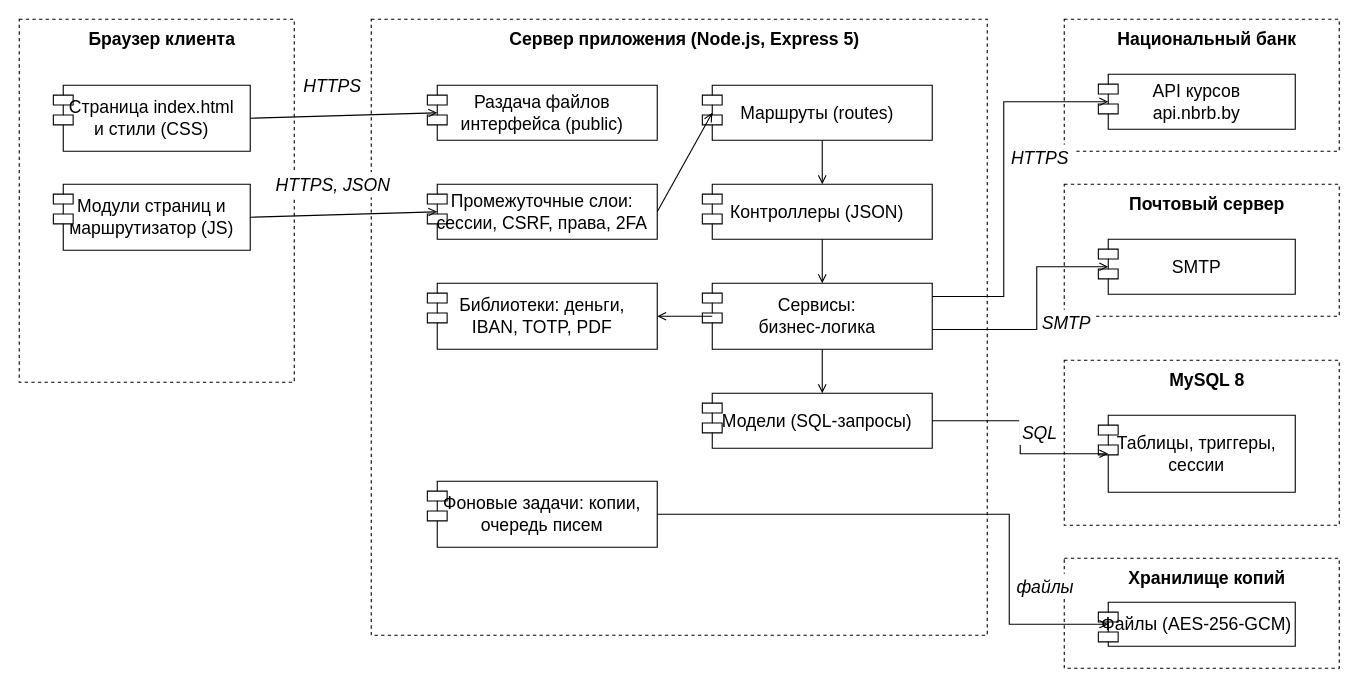
This is page "Диаграмма компонентов" (5 of 6) of docs/diagrams/views.drawio from vladmeshkov/js-course-work, a draw.io file, before an edit. Source tidied: cells renumbered, new cells numbered last; positions are measured from the earlier drawing's top-left corner, leaving out a move shared by most shapes. Both pictures are drawn from the tidied source at 110%, with x=0, y=0 at pixel (19, 19).
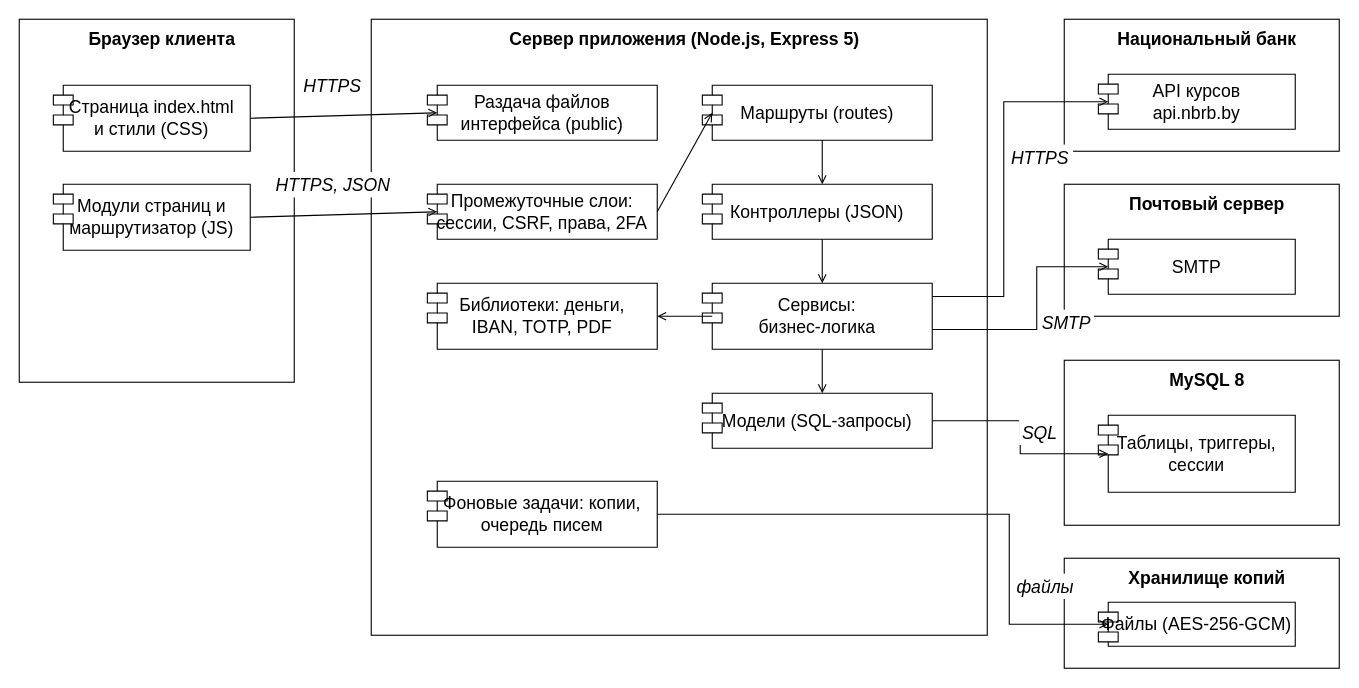
The same page after the edit.

Diff of the diagram source:
```diff
@@
-    <mxCell id="2" value="&lt;b&gt;Браузер клиента&lt;/b&gt;" style="html=1;whiteSpace=wrap;fontFamily=Arial;fontSize=16;rounded=0;fillColor=none;strokeColor=#000;dashed=1;verticalAlign=top;align=center;spacingLeft=10;spacingTop=2;" parent="1" vertex="1">
+    <mxCell id="2" value="&lt;b&gt;Браузер клиента&lt;/b&gt;" style="html=1;whiteSpace=wrap;fontFamily=Arial;fontSize=16;rounded=0;fillColor=none;strokeColor=#000;verticalAlign=top;align=center;spacingLeft=10;spacingTop=2;" parent="1" vertex="1">
       <mxGeometry width="250" height="330" as="geometry" />
     </mxCell>
-    <mxCell id="3" value="&lt;b&gt;Сервер приложения (Node.js, Express 5)&lt;/b&gt;" style="html=1;whiteSpace=wrap;fontFamily=Arial;fontSize=16;rounded=0;fillColor=none;strokeColor=#000;dashed=1;verticalAlign=top;align=center;spacingLeft=10;spacingTop=2;" parent="1" vertex="1">
+    <mxCell id="3" value="&lt;b&gt;Сервер приложения (Node.js, Express 5)&lt;/b&gt;" style="html=1;whiteSpace=wrap;fontFamily=Arial;fontSize=16;rounded=0;fillColor=none;strokeColor=#000;verticalAlign=top;align=center;spacingLeft=10;spacingTop=2;" parent="1" vertex="1">
       <mxGeometry x="320" width="560" height="560" as="geometry" />
     </mxCell>
-    <mxCell id="4" value="&lt;b&gt;MySQL 8&lt;/b&gt;" style="html=1;whiteSpace=wrap;fontFamily=Arial;fontSize=16;rounded=0;fillColor=none;strokeColor=#000;dashed=1;verticalAlign=top;align=center;spacingLeft=10;spacingTop=2;" parent="1" vertex="1">
+    <mxCell id="4" value="&lt;b&gt;MySQL 8&lt;/b&gt;" style="html=1;whiteSpace=wrap;fontFamily=Arial;fontSize=16;rounded=0;fillColor=none;strokeColor=#000;verticalAlign=top;align=center;spacingLeft=10;spacingTop=2;" parent="1" vertex="1">
       <mxGeometry x="950" y="310" width="250" height="150" as="geometry" />
     </mxCell>
-    <mxCell id="5" value="&lt;b&gt;Национальный банк&lt;/b&gt;" style="html=1;whiteSpace=wrap;fontFamily=Arial;fontSize=16;rounded=0;fillColor=none;strokeColor=#000;dashed=1;verticalAlign=top;align=center;spacingLeft=10;spacingTop=2;" parent="1" vertex="1">
+    <mxCell id="5" value="&lt;b&gt;Национальный банк&lt;/b&gt;" style="html=1;whiteSpace=wrap;fontFamily=Arial;fontSize=16;rounded=0;fillColor=none;strokeColor=#000;verticalAlign=top;align=center;spacingLeft=10;spacingTop=2;" parent="1" vertex="1">
       <mxGeometry x="950" width="250" height="120" as="geometry" />
     </mxCell>
-    <mxCell id="6" value="&lt;b&gt;Почтовый сервер&lt;/b&gt;" style="html=1;whiteSpace=wrap;fontFamily=Arial;fontSize=16;rounded=0;fillColor=none;strokeColor=#000;dashed=1;verticalAlign=top;align=center;spacingLeft=10;spacingTop=2;" parent="1" vertex="1">
+    <mxCell id="6" value="&lt;b&gt;Почтовый сервер&lt;/b&gt;" style="html=1;whiteSpace=wrap;fontFamily=Arial;fontSize=16;rounded=0;fillColor=none;strokeColor=#000;verticalAlign=top;align=center;spacingLeft=10;spacingTop=2;" parent="1" vertex="1">
       <mxGeometry x="950" y="150" width="250" height="120" as="geometry" />
     </mxCell>
-    <mxCell id="7" value="&lt;b&gt;Хранилище копий&lt;/b&gt;" style="html=1;whiteSpace=wrap;fontFamily=Arial;fontSize=16;rounded=0;fillColor=none;strokeColor=#000;dashed=1;verticalAlign=top;align=center;spacingLeft=10;spacingTop=2;" parent="1" vertex="1">
+    <mxCell id="7" value="&lt;b&gt;Хранилище копий&lt;/b&gt;" style="html=1;whiteSpace=wrap;fontFamily=Arial;fontSize=16;rounded=0;fillColor=none;strokeColor=#000;verticalAlign=top;align=center;spacingLeft=10;spacingTop=2;" parent="1" vertex="1">
       <mxGeometry x="950" y="490" width="250" height="100" as="geometry" />
     </mxCell>
```
